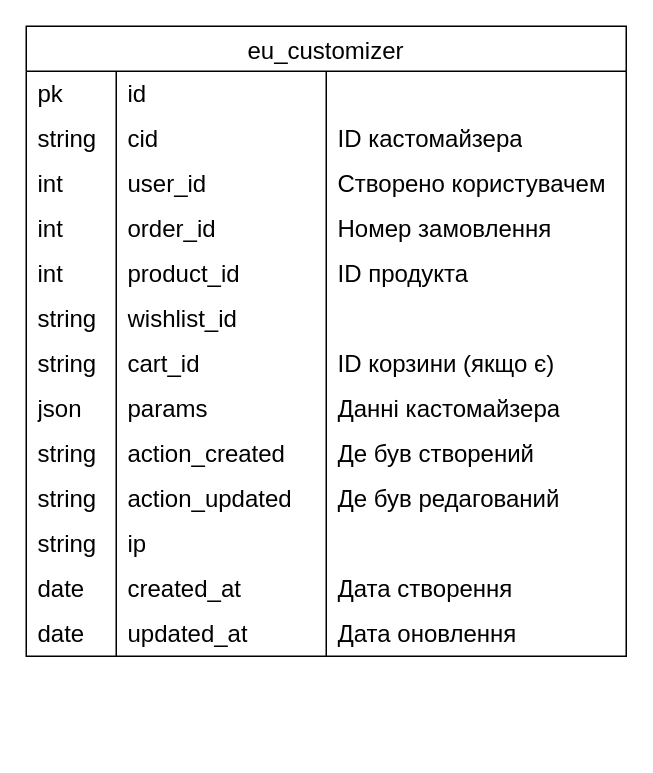
alexdev5/wp-freecalc keeps this draw.io diagram as DB.drawio. Above is the earlier version. Source tidied: cells renumbered, new cells numbered last; positions are measured from the earlier drawing's top-left corner, leaving out a move shared by most shapes. Both pictures are drawn from the tidied source at 150%, with x=0, y=0 at pixel (26, 26).
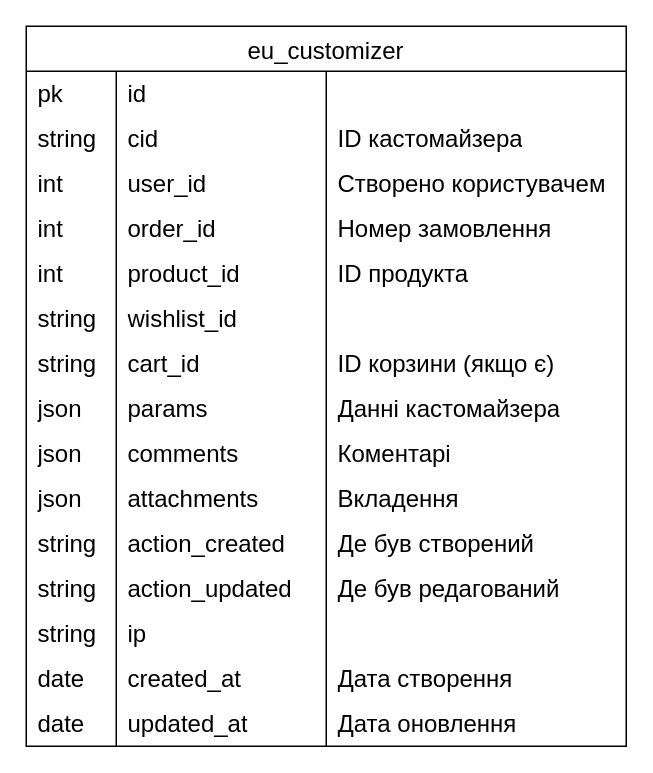
The same diagram, later.

What changed in the source:
```diff
@@
     <mxCell id="2" value="eu_customizer" style="shape=table;startSize=30;childLayout=tableLayout;rowLines=0;fontStyle=0;strokeColor=default;fontSize=16;align=center;spacingLeft=0;" parent="1" vertex="1">
-      <mxGeometry width="400" height="420" as="geometry" />
+      <mxGeometry width="400" height="480" as="geometry" />
     </mxCell>
@@
+    <mxCell id="55" style="shape=tableRow;horizontal=0;startSize=0;swimlaneHead=0;swimlaneBody=0;top=0;left=0;bottom=0;right=0;fillColor=none;strokeColor=inherit;fontSize=16;align=left;spacingLeft=6;" parent="2" vertex="1">
+      <mxGeometry y="270" width="400" height="30" as="geometry" />
+    </mxCell>
+    <mxCell id="56" value="json" style="shape=partialRectangle;html=1;whiteSpace=wrap;fillColor=none;top=0;left=0;bottom=0;right=0;overflow=hidden;strokeColor=inherit;fontSize=16;align=left;spacingLeft=6;" parent="55" vertex="1">
+      <mxGeometry width="60" height="30" as="geometry" />
+    </mxCell>
+    <mxCell id="57" value="comments" style="shape=partialRectangle;html=1;whiteSpace=wrap;fillColor=none;top=0;left=0;bottom=0;right=0;align=left;spacingLeft=6;overflow=hidden;strokeColor=inherit;fontSize=16;" parent="55" vertex="1">
+      <mxGeometry x="60" width="140" height="30" as="geometry" />
+    </mxCell>
+    <mxCell id="58" value="Коментарі" style="shape=partialRectangle;html=1;whiteSpace=wrap;fillColor=none;top=0;left=0;bottom=0;right=0;align=left;spacingLeft=6;overflow=hidden;strokeColor=inherit;fontSize=16;" parent="55" vertex="1">
+      <mxGeometry x="200" width="200" height="30" as="geometry" />
+    </mxCell>
+    <mxCell id="59" style="shape=tableRow;horizontal=0;startSize=0;swimlaneHead=0;swimlaneBody=0;top=0;left=0;bottom=0;right=0;fillColor=none;strokeColor=inherit;fontSize=16;align=left;spacingLeft=6;" parent="2" vertex="1">
+      <mxGeometry y="300" width="400" height="30" as="geometry" />
+    </mxCell>
+    <mxCell id="60" value="json" style="shape=partialRectangle;html=1;whiteSpace=wrap;fillColor=none;top=0;left=0;bottom=0;right=0;overflow=hidden;strokeColor=inherit;fontSize=16;align=left;spacingLeft=6;" parent="59" vertex="1">
+      <mxGeometry width="60" height="30" as="geometry" />
+    </mxCell>
+    <mxCell id="61" value="attachments" style="shape=partialRectangle;html=1;whiteSpace=wrap;fillColor=none;top=0;left=0;bottom=0;right=0;align=left;spacingLeft=6;overflow=hidden;strokeColor=inherit;fontSize=16;" parent="59" vertex="1">
+      <mxGeometry x="60" width="140" height="30" as="geometry" />
+    </mxCell>
+    <mxCell id="62" value="Вкладення" style="shape=partialRectangle;html=1;whiteSpace=wrap;fillColor=none;top=0;left=0;bottom=0;right=0;align=left;spacingLeft=6;overflow=hidden;strokeColor=inherit;fontSize=16;" parent="59" vertex="1">
+      <mxGeometry x="200" width="200" height="30" as="geometry" />
+    </mxCell>
     <mxCell id="35" style="shape=tableRow;horizontal=0;startSize=0;swimlaneHead=0;swimlaneBody=0;top=0;left=0;bottom=0;right=0;fillColor=none;strokeColor=inherit;fontSize=16;align=left;spacingLeft=6;" parent="2" vertex="1">
-      <mxGeometry y="270" width="400" height="30" as="geometry" />
+      <mxGeometry y="330" width="400" height="30" as="geometry" />
     </mxCell>
@@
     <mxCell id="39" style="shape=tableRow;horizontal=0;startSize=0;swimlaneHead=0;swimlaneBody=0;top=0;left=0;bottom=0;right=0;fillColor=none;strokeColor=inherit;fontSize=16;align=left;spacingLeft=6;" parent="2" vertex="1">
-      <mxGeometry y="300" width="400" height="30" as="geometry" />
+      <mxGeometry y="360" width="400" height="30" as="geometry" />
     </mxCell>
@@
     <mxCell id="43" style="shape=tableRow;horizontal=0;startSize=0;swimlaneHead=0;swimlaneBody=0;top=0;left=0;bottom=0;right=0;fillColor=none;strokeColor=inherit;fontSize=16;align=left;spacingLeft=6;" parent="2" vertex="1">
-      <mxGeometry y="330" width="400" height="30" as="geometry" />
+      <mxGeometry y="390" width="400" height="30" as="geometry" />
     </mxCell>
@@
     <mxCell id="47" style="shape=tableRow;horizontal=0;startSize=0;swimlaneHead=0;swimlaneBody=0;top=0;left=0;bottom=0;right=0;fillColor=none;strokeColor=inherit;fontSize=16;align=left;spacingLeft=6;" parent="2" vertex="1">
-      <mxGeometry y="360" width="400" height="30" as="geometry" />
+      <mxGeometry y="420" width="400" height="30" as="geometry" />
     </mxCell>
@@
     <mxCell id="51" style="shape=tableRow;horizontal=0;startSize=0;swimlaneHead=0;swimlaneBody=0;top=0;left=0;bottom=0;right=0;fillColor=none;strokeColor=inherit;fontSize=16;align=left;spacingLeft=6;" parent="2" vertex="1">
-      <mxGeometry y="390" width="400" height="30" as="geometry" />
+      <mxGeometry y="450" width="400" height="30" as="geometry" />
     </mxCell>
```
